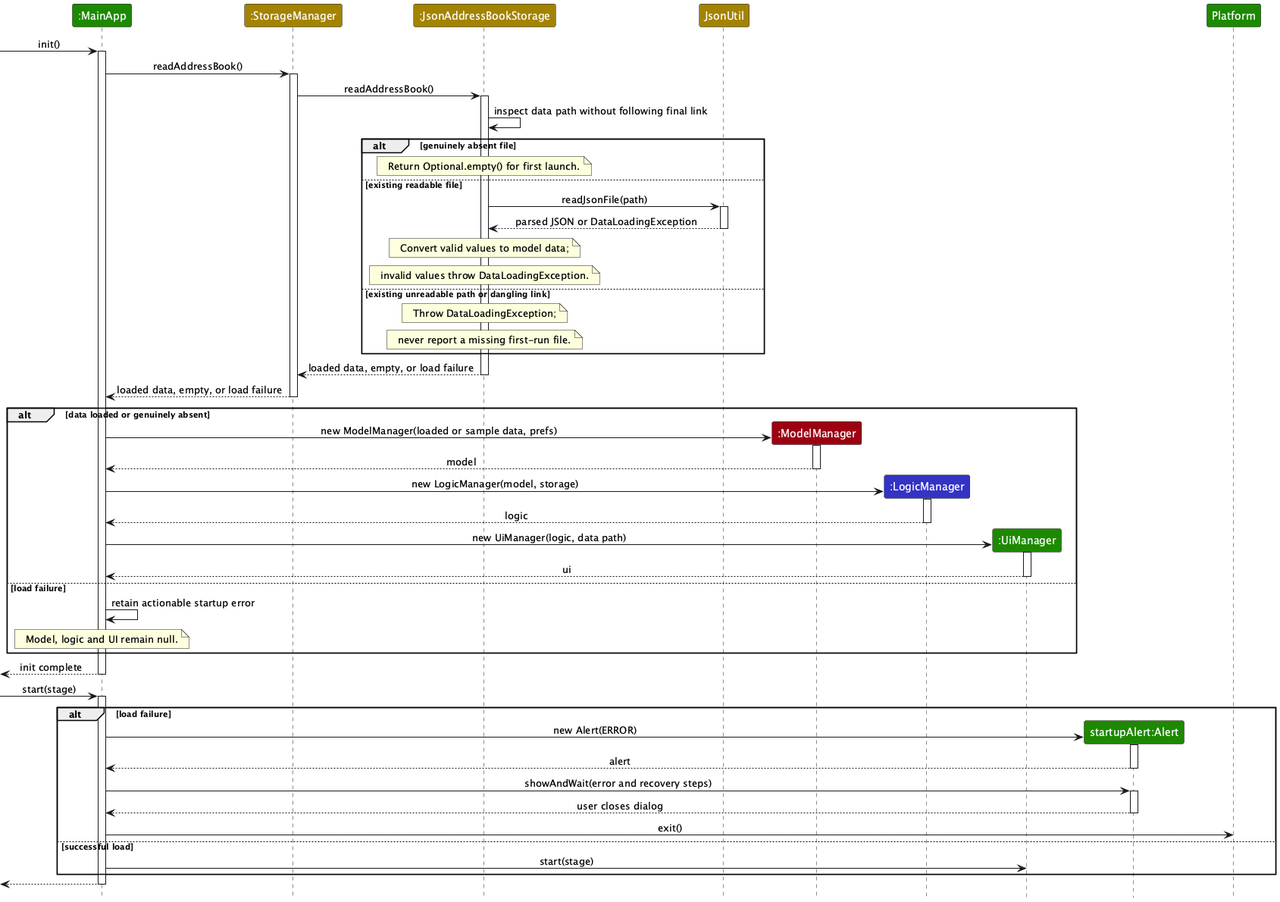
This is docs/images/StartupDataSequenceDiagram.png from AY2627S1-CS2103T-W13-2/tp, a PlantUML export, as it was before one commit.
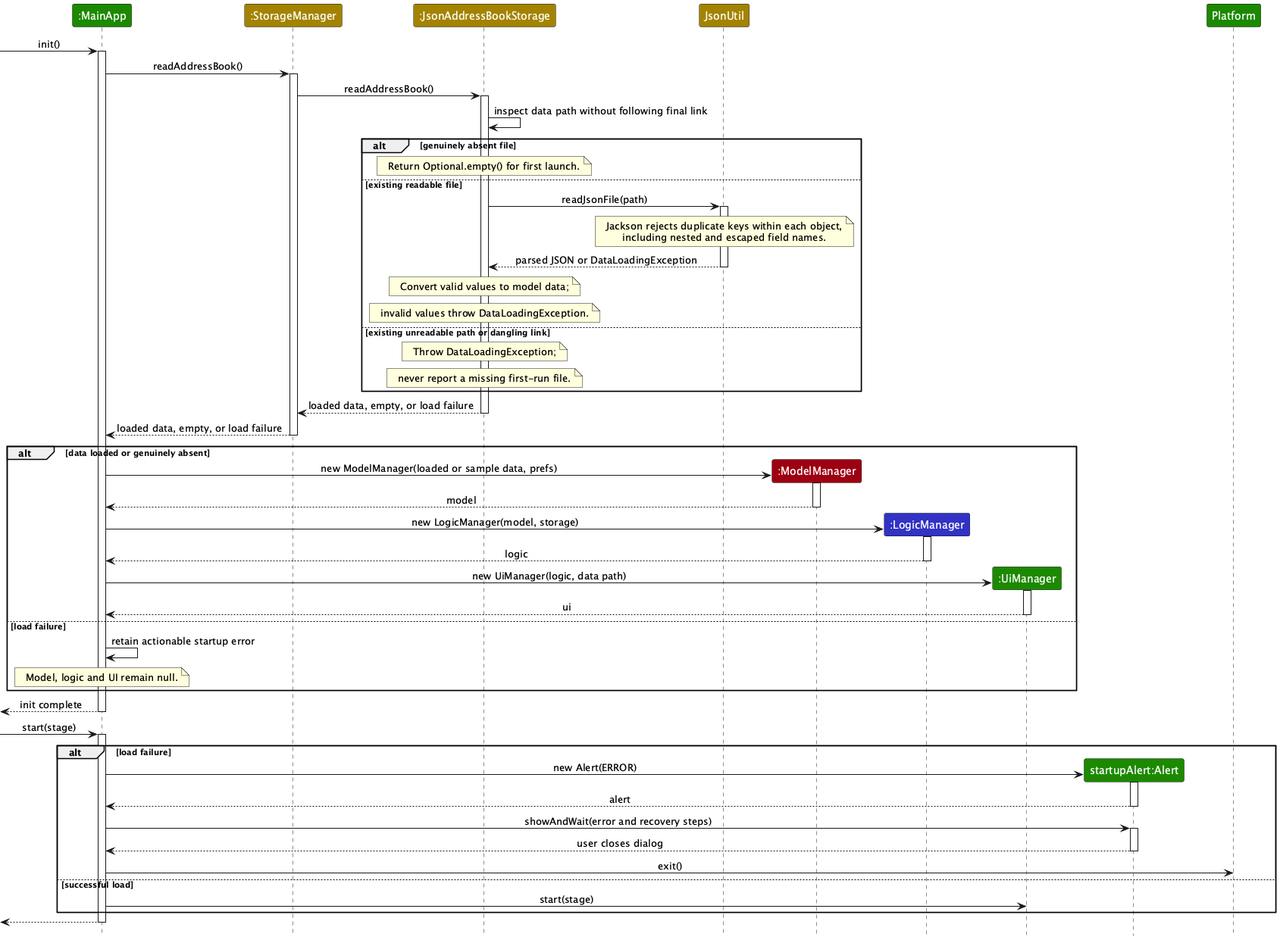
Above is the later version.

Commit message:
Document duplicate-key startup protection

The edit, as a diff of the source:
```diff
@@ -24,6 +24,7 @@
 else existing readable file
     Json -> JsonUtil : readJsonFile(path)
     activate JsonUtil
+    note over JsonUtil : Jackson rejects duplicate keys within each object,\nincluding nested and escaped field names.
     JsonUtil --> Json : parsed JSON or DataLoadingException
     deactivate JsonUtil
     note over Json : Convert valid values to model data;
```
